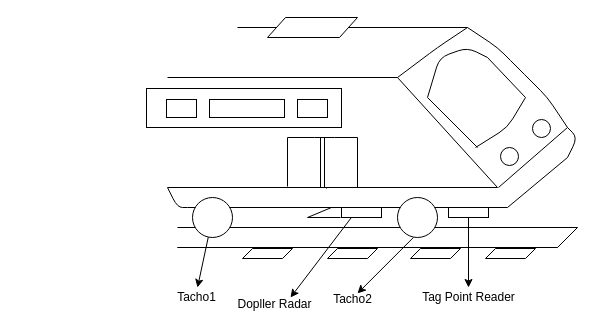
This is page "Page-2" (2 of 2) of Untitled Diagram.drawio from burakbasaraann/drawing, a draw.io file, before an edit. Source tidied: cells renumbered, new cells numbered last; positions are measured from the earlier drawing's top-left corner, leaving out a move shared by most shapes. Both pictures are drawn from the tidied source at 100%, with x=0, y=0 at pixel (146, 17).
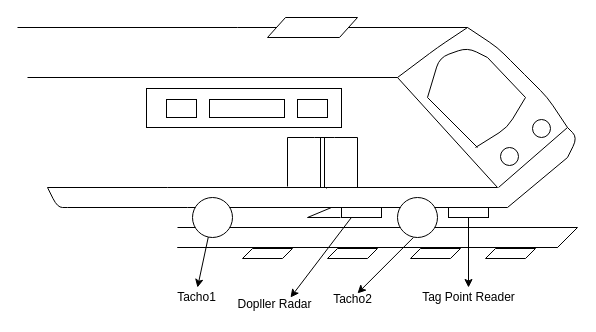
The same diagram, later.

Change to the diagram source:
```diff
@@
     <mxCell id="11" style="endArrow=none;html=1;strokeColor=#000000;fontFamily=Helvetica;fontSize=14;" parent="1" edge="1">
       <mxGeometry relative="1" as="geometry">
-        <mxPoint x="41" y="190" as="sourcePoint" />
-        <mxPoint x="21" y="170" as="targetPoint" />
+        <mxPoint x="-79" y="190" as="sourcePoint" />
+        <mxPoint x="-99" y="170" as="targetPoint" />
         <Array as="points">
-          <mxPoint x="31" y="190" />
+          <mxPoint x="-89" y="190" />
         </Array>
       </mxGeometry>
     </mxCell>
@@
+    <mxCell id="51" style="endArrow=none;html=1;strokeColor=#000000;fontFamily=Helvetica;fontSize=12;" parent="1" edge="1">
+      <mxGeometry relative="1" as="geometry">
+        <mxPoint x="-79" y="190" as="sourcePoint" />
+        <mxPoint x="41" y="190" as="targetPoint" />
+      </mxGeometry>
+    </mxCell>
+    <mxCell id="52" style="endArrow=none;html=1;strokeColor=#000000;fontFamily=Helvetica;fontSize=12;" parent="1" edge="1">
+      <mxGeometry relative="1" as="geometry">
+        <mxPoint x="21" y="170" as="sourcePoint" />
+        <mxPoint x="-99" y="170" as="targetPoint" />
+      </mxGeometry>
+    </mxCell>
+    <mxCell id="53" style="endArrow=none;html=1;strokeColor=#000000;fontFamily=Helvetica;fontSize=12;" parent="1" edge="1">
+      <mxGeometry relative="1" as="geometry">
+        <mxPoint x="31" y="60" as="sourcePoint" />
+        <mxPoint x="-119" y="60" as="targetPoint" />
+      </mxGeometry>
+    </mxCell>
+    <mxCell id="54" style="endArrow=none;html=1;strokeColor=#000000;fontFamily=Helvetica;fontSize=12;" parent="1" edge="1">
+      <mxGeometry relative="1" as="geometry">
+        <mxPoint x="91" y="10" as="sourcePoint" />
+        <mxPoint x="-129" y="10" as="targetPoint" />
+      </mxGeometry>
+    </mxCell>
```
